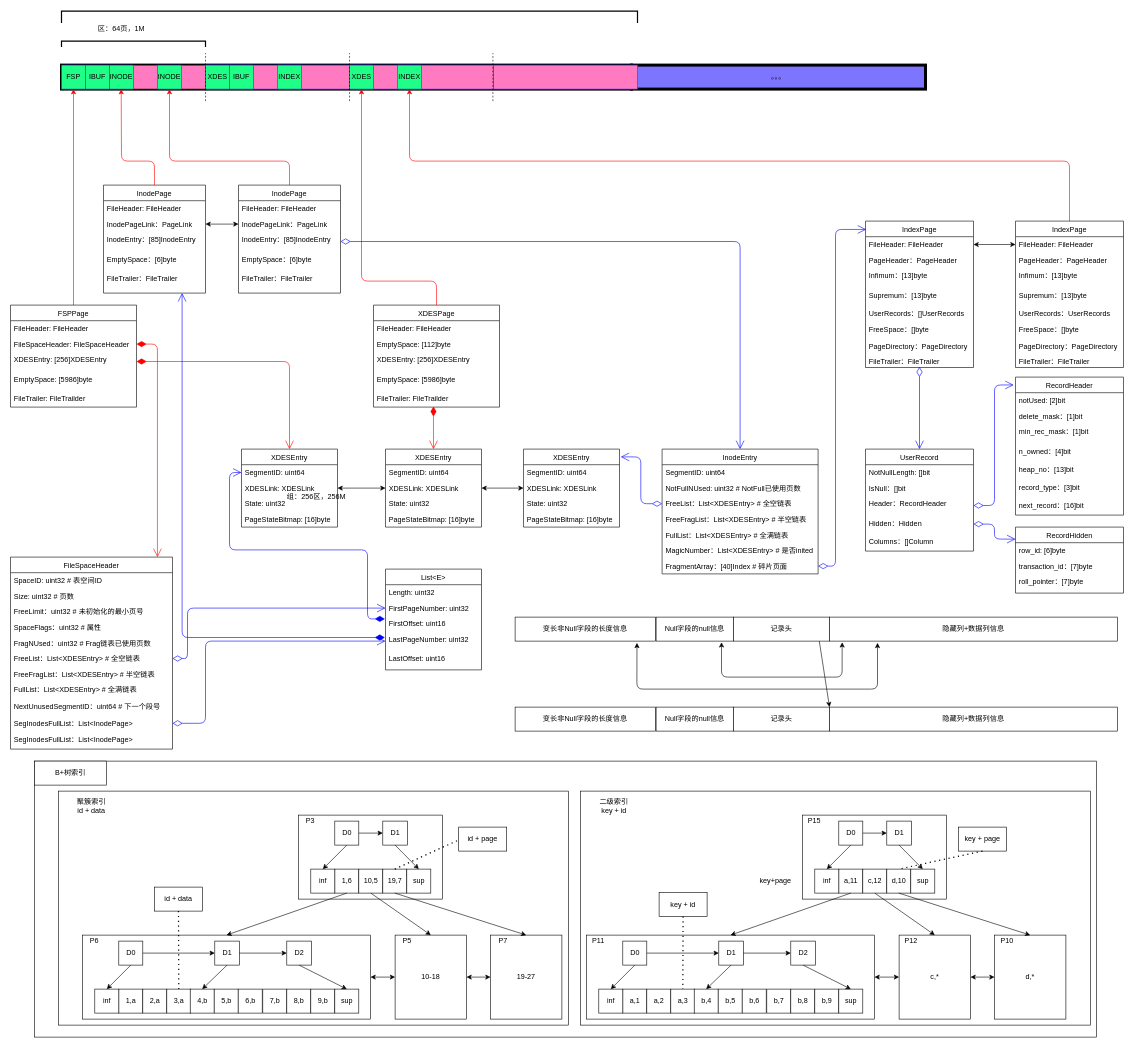
This is innodb_table.drawio from bulletjet786/drawio, a draw.io file, before an edit. Source tidied: cells renumbered, new cells numbered last; positions are measured from the earlier drawing's top-left corner, leaving out a move shared by most shapes. Both pictures are drawn from the tidied source at 60%, with x=0, y=0 at pixel (10, 11).
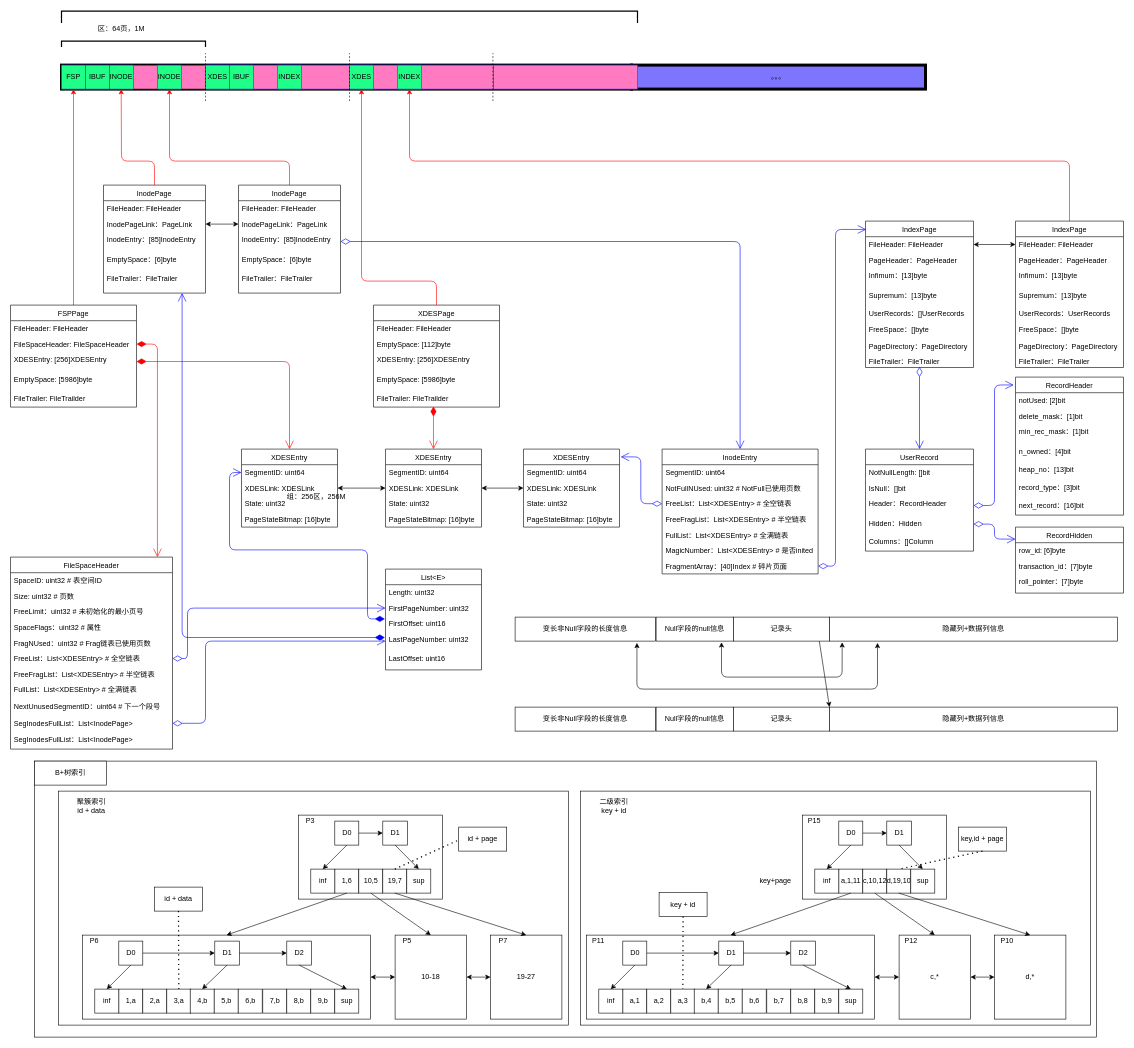
The same diagram, later.

Change to the diagram source:
```diff
@@
-    <mxCell id="204" value="a,11" style="rounded=0;whiteSpace=wrap;html=1;" parent="1" vertex="1">
+    <mxCell id="204" value="a,1,11" style="rounded=0;whiteSpace=wrap;html=1;" parent="1" vertex="1">
       <mxGeometry x="1380.5" y="1430" width="40" height="40" as="geometry" />
     </mxCell>
-    <mxCell id="205" value="c,12" style="rounded=0;whiteSpace=wrap;html=1;" parent="1" vertex="1">
+    <mxCell id="205" value="c,10,12" style="rounded=0;whiteSpace=wrap;html=1;" parent="1" vertex="1">
       <mxGeometry x="1420.5" y="1430" width="40" height="40" as="geometry" />
     </mxCell>
-    <mxCell id="206" value="d,10" style="rounded=0;whiteSpace=wrap;html=1;" parent="1" vertex="1">
+    <mxCell id="206" value="d,19,10" style="rounded=0;whiteSpace=wrap;html=1;" parent="1" vertex="1">
       <mxGeometry x="1460.5" y="1430" width="40" height="40" as="geometry" />
     </mxCell>
@@
-    <mxCell id="229" value="key + page" style="rounded=0;whiteSpace=wrap;html=1;" parent="1" vertex="1">
+    <mxCell id="229" value="key,id + page" style="rounded=0;whiteSpace=wrap;html=1;" parent="1" vertex="1">
       <mxGeometry x="1580" y="1360" width="80" height="40" as="geometry" />
     </mxCell>
```
